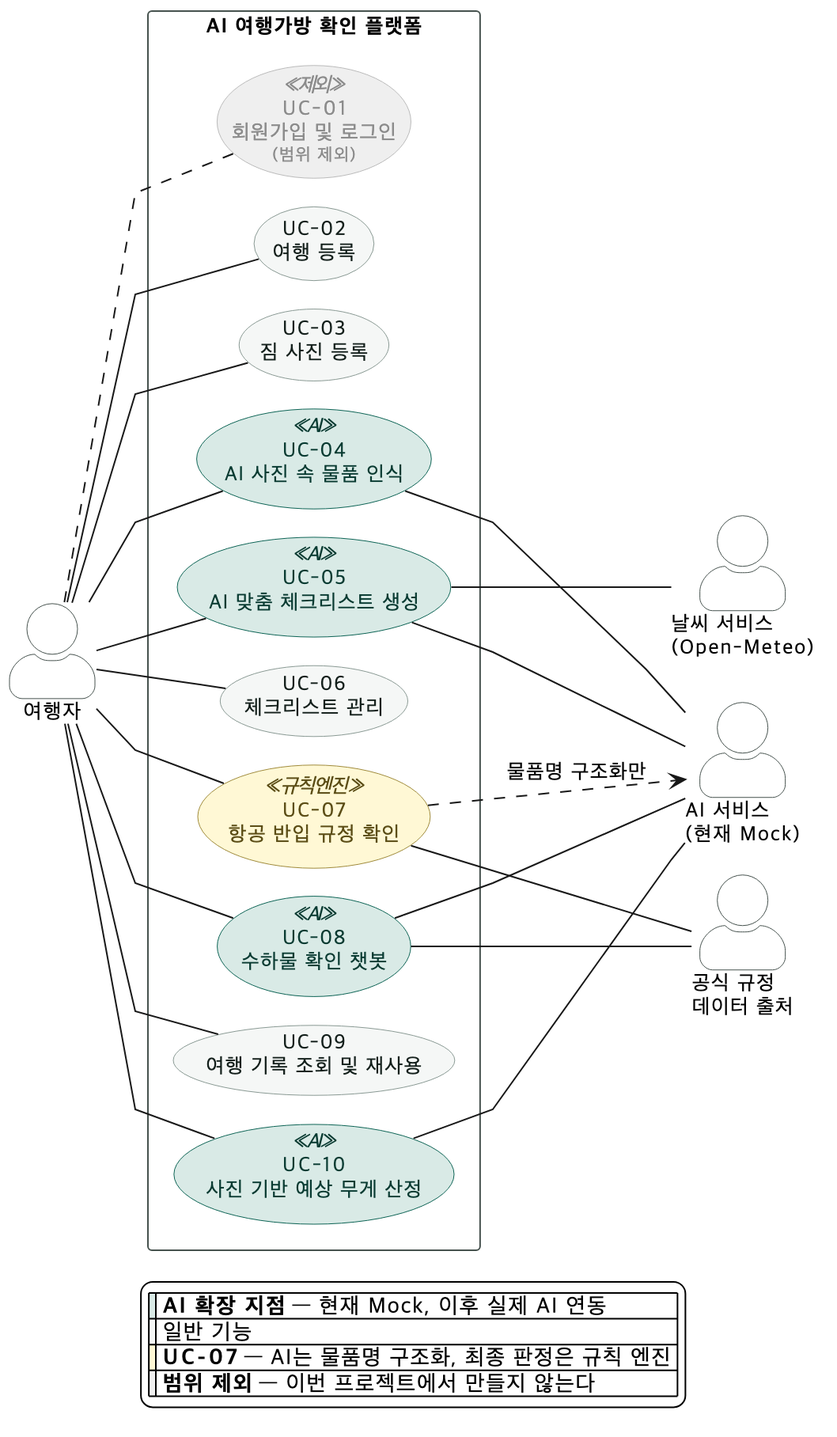
Above: docs/images/02-usecase.png in SangMyeong5426/skala-mini-ai-web-service (PlantUML), before the change. Its source is kept beside it as docs/images/02-usecase.puml.
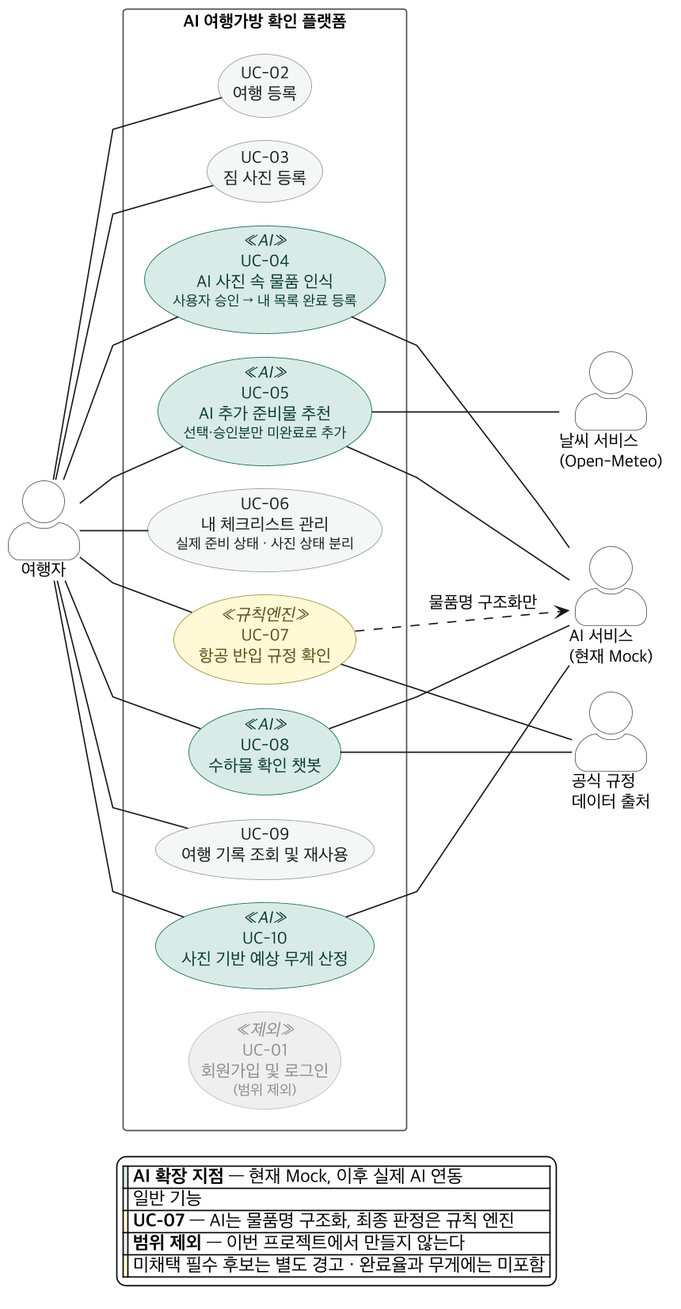
After the change.

The edit, as a diff of the source:
```diff
@@ -2,6 +2,7 @@
 
 left to right direction
 skinparam backgroundColor #FFFFFF
+skinparam dpi 160
 skinparam shadowing false
 skinparam linetype polyline
 skinparam nodesep 18
@@ -39,9 +40,9 @@
   usecase "UC-01\n회원가입 및 로그인\n<size:11>(범위 제외)</size>" as UC01 <<제외>>
   usecase "UC-02\n여행 등록" as UC02
   usecase "UC-03\n짐 사진 등록" as UC03
-  usecase "UC-04\nAI 사진 속 물품 인식" as UC04 <<AI>>
-  usecase "UC-05\nAI 맞춤 체크리스트 생성" as UC05 <<AI>>
-  usecase "UC-06\n체크리스트 관리" as UC06
+  usecase "UC-04\nAI 사진 속 물품 인식\n<size:11>사용자 승인 → 내 목록 완료 등록</size>" as UC04 <<AI>>
+  usecase "UC-05\nAI 추가 준비물 추천\n<size:11>선택·승인분만 미완료로 추가</size>" as UC05 <<AI>>
+  usecase "UC-06\n내 체크리스트 관리\n<size:11>실제 준비 상태 · 사진 상태 분리</size>" as UC06
   usecase "UC-07\n항공 반입 규정 확인" as UC07 <<규칙엔진>>
   usecase "UC-08\n수하물 확인 챗봇" as UC08 <<AI>>
   usecase "UC-09\n여행 기록 조회 및 재사용" as UC09
@@ -53,7 +54,6 @@
 actor "날씨 서비스\n(Open-Meteo)" as WEATHER
 actor "공식 규정\n데이터 출처" as RULES
 
-TRAVELER .. UC01
 TRAVELER -- UC02
 TRAVELER -- UC03
 TRAVELER -- UC04
@@ -78,5 +78,6 @@
   |<#F5F7F6>| 일반 기능 |
   |<#FFF8D5>| **UC-07** — AI는 물품명 구조화, 최종 판정은 규칙 엔진 |
   |<#EFEFEF>| **범위 제외** — 이번 프로젝트에서 만들지 않는다 |
+  |<#FFF8D5>| 미채택 필수 후보는 별도 경고 · 완료율과 무게에는 미포함 |
 endlegend
 @enduml
```
